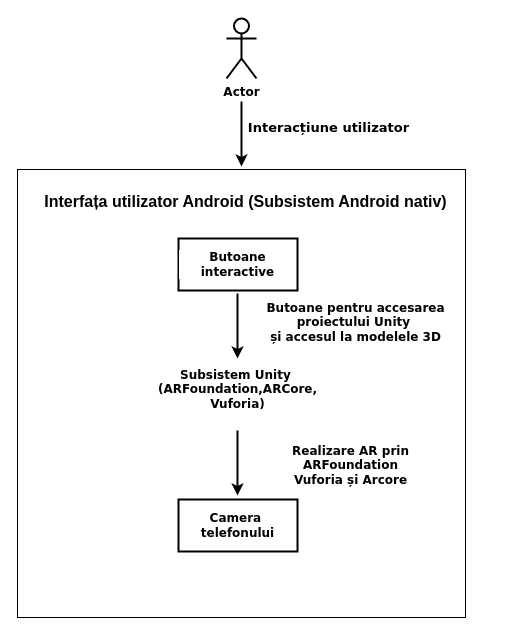
The draw.io diagram Untitled Diagram.drawio in Momoi2309/3dmodels, before the edit. Source tidied: cells renumbered, new cells numbered last; positions are measured from the earlier drawing's top-left corner, leaving out a move shared by most shapes. Both pictures are drawn from the tidied source at 100%, with x=0, y=0 at pixel (17, 18).
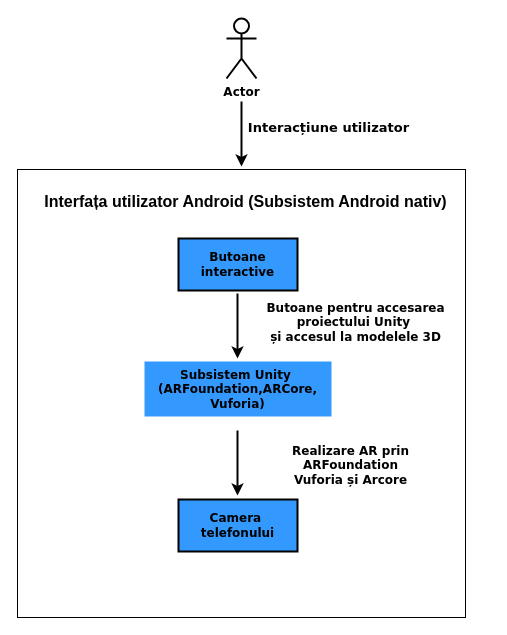
The same page after the edit.

The edit, as a diff of the source:
```diff
@@
 <mxGraphModel background="#ffffff">
   <root>
     <mxCell id="0" />
     <mxCell id="1" parent="0" />
     <mxCell id="2" style="whiteSpace=wrap;html=1;fontSize=10;labelBorderColor=none;" parent="1" vertex="1">
       <mxGeometry y="151" width="448" height="448" as="geometry" />
     </mxCell>
     <mxCell id="3" value="Actor" style="shape=umlActor;verticalLabelPosition=bottom;verticalAlign=top;html=1;strokeColor=#000000;fontStyle=1;fontFamily=Verdana;fontColor=#000000;strokeWidth=2;" parent="1" vertex="1">
       <mxGeometry x="209" width="30" height="60" as="geometry" />
     </mxCell>
-    <mxCell id="4" value="Butoane interactive" style="rounded=0;whiteSpace=wrap;html=1;fontStyle=1;fontFamily=Verdana;labelBackgroundColor=default;strokeWidth=2;" parent="1" vertex="1">
+    <mxCell id="4" value="Butoane interactive" style="rounded=0;whiteSpace=wrap;html=1;fontStyle=1;fontFamily=Verdana;labelBackgroundColor=none;strokeWidth=2;fillColor=#3399FF;" parent="1" vertex="1">
       <mxGeometry x="161" y="220" width="119" height="52" as="geometry" />
     </mxCell>
     <mxCell id="5" style="endArrow=classic;html=1;rounded=0;fontColor=#000000;strokeColor=#000000;strokeWidth=2;" parent="1" edge="1">
       <mxGeometry relative="1" as="geometry">
         <mxPoint x="224" y="83" as="sourcePoint" />
         <mxPoint x="224" y="148" as="targetPoint" />
       </mxGeometry>
     </mxCell>
-    <mxCell id="6" value="Subsistem Unity&amp;nbsp;&lt;br&gt;(ARFoundation,ARCore,&lt;br&gt;Vuforia)" style="rounded=0;whiteSpace=wrap;html=1;fontFamily=Verdana;fontStyle=1;opacity=60;strokeWidth=2;strokeColor=#FFFFFF;" parent="1" vertex="1">
+    <mxCell id="6" value="Subsistem Unity&amp;nbsp;&lt;br&gt;(ARFoundation,ARCore,&lt;br&gt;Vuforia)" style="rounded=0;whiteSpace=wrap;html=1;fontFamily=Verdana;fontStyle=1;strokeWidth=2;strokeColor=#FFFFFF;fillColor=#3399FF;" parent="1" vertex="1">
       <mxGeometry x="126" y="342" width="189" height="57" as="geometry" />
     </mxCell>
-    <mxCell id="7" value="Camera&amp;nbsp;&lt;br&gt;telefonului" style="rounded=0;whiteSpace=wrap;html=1;fontStyle=1;fontFamily=Verdana;strokeWidth=2;" parent="1" vertex="1">
+    <mxCell id="7" value="Camera&amp;nbsp;&lt;br&gt;telefonului" style="rounded=0;whiteSpace=wrap;html=1;fontStyle=1;fontFamily=Verdana;strokeWidth=2;fillColor=#3399FF;" parent="1" vertex="1">
       <mxGeometry x="161" y="481" width="119" height="52" as="geometry" />
     </mxCell>
     <mxCell id="8" style="endArrow=classic;html=1;rounded=0;strokeWidth=2;" parent="1" edge="1">
       <mxGeometry relative="1" as="geometry">
         <mxPoint x="220" y="275" as="sourcePoint" />
         <mxPoint x="220" y="340" as="targetPoint" />
       </mxGeometry>
     </mxCell>
     <mxCell id="9" style="endArrow=classic;html=1;rounded=0;strokeWidth=2;" parent="1" edge="1">
       <mxGeometry relative="1" as="geometry">
         <mxPoint x="220" y="412" as="sourcePoint" />
         <mxPoint x="220" y="477" as="targetPoint" />
       </mxGeometry>
     </mxCell>
     <mxCell id="10" value="&lt;font style=&quot;font-size: 16px;&quot;&gt;Interfața utilizator Android (Subsistem Android nativ)&lt;/font&gt;" style="text;strokeColor=none;fillColor=none;html=1;fontSize=18;fontStyle=1;verticalAlign=middle;align=center;" parent="1" vertex="1">
       <mxGeometry x="190" y="171" width="76" height="23" as="geometry" />
     </mxCell>
     <mxCell id="11" value="Interacțiune utilizator" style="text;strokeColor=none;fillColor=none;html=1;fontSize=13;fontStyle=1;verticalAlign=middle;align=center;fontFamily=Verdana;fontColor=#000000;" parent="1" vertex="1">
       <mxGeometry x="278" y="98" width="66" height="21" as="geometry" />
     </mxCell>
     <mxCell id="12" value="Butoane pentru accesarea &lt;br style=&quot;font-size: 12px;&quot;&gt;proiectului Unity&amp;nbsp;&lt;br style=&quot;font-size: 12px;&quot;&gt;și accesul la modelele 3D" style="text;strokeColor=none;fillColor=none;html=1;fontSize=12;fontStyle=1;verticalAlign=middle;align=center;fontFamily=Verdana;" parent="1" vertex="1">
       <mxGeometry x="204" y="290" width="268" height="28" as="geometry" />
     </mxCell>
     <mxCell id="13" value="Realizare AR prin &lt;br&gt;ARFoundation&lt;br&gt;Vuforia și Arcore" style="text;strokeColor=none;fillColor=none;html=1;fontSize=12;fontStyle=1;verticalAlign=middle;align=center;fontFamily=Verdana;" parent="1" vertex="1">
       <mxGeometry x="303" y="434" width="59" height="26" as="geometry" />
     </mxCell>
   </root>
 </mxGraphModel>
```
